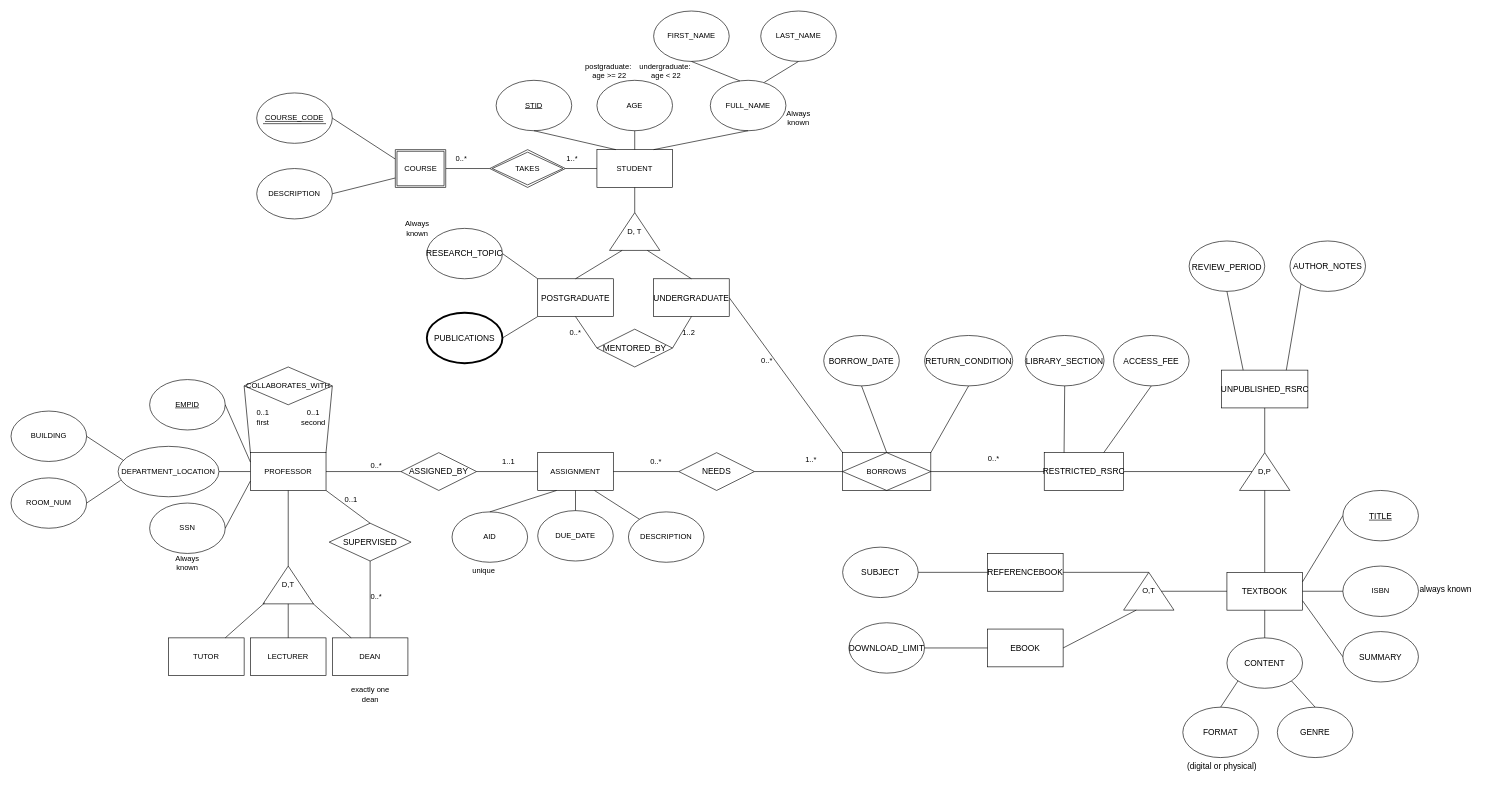
Earlier version of the draw.io diagram DM-HW1_Janis & Cuihuan.drawio (us-ja/Data_Management). Source tidied: cells renumbered, new cells numbered last; positions are measured from the earlier drawing's top-left corner, leaving out a move shared by most shapes. Both pictures are drawn from the tidied source at 63%, with x=0, y=0 at pixel (11, 11).
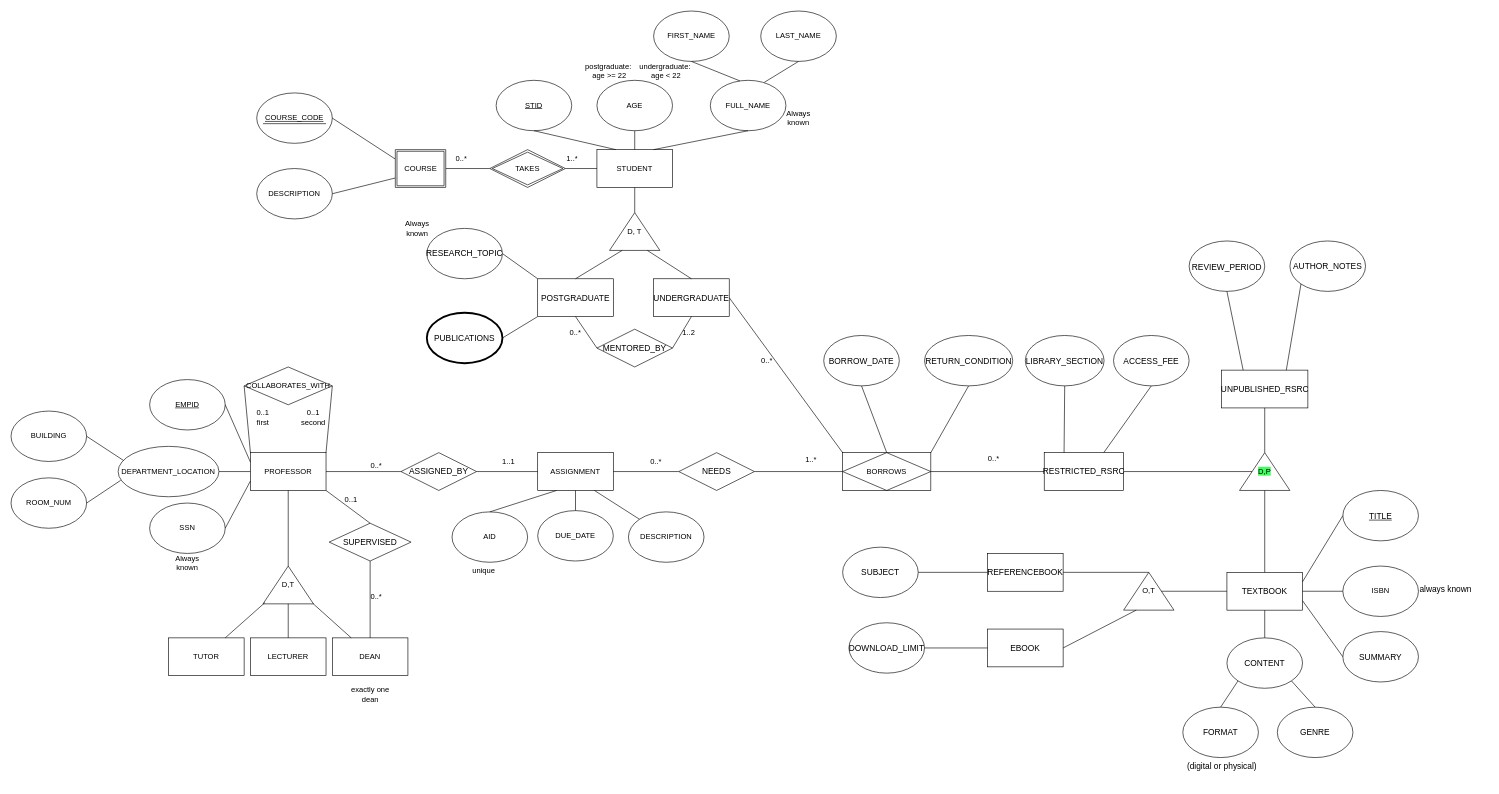
The same diagram, later.

Change to the diagram source:
```diff
@@
-    <mxCell id="113" value="D,P" style="triangle;whiteSpace=wrap;html=1;direction=north;" parent="1" vertex="1">
+    <mxCell id="113" value="&lt;span style=&quot;background-color: rgb(61, 255, 93);&quot;&gt;D,P&lt;/span&gt;" style="triangle;whiteSpace=wrap;html=1;direction=north;" parent="1" vertex="1">
       <mxGeometry x="1950" y="701" width="80" height="60" as="geometry" />
     </mxCell>
```
